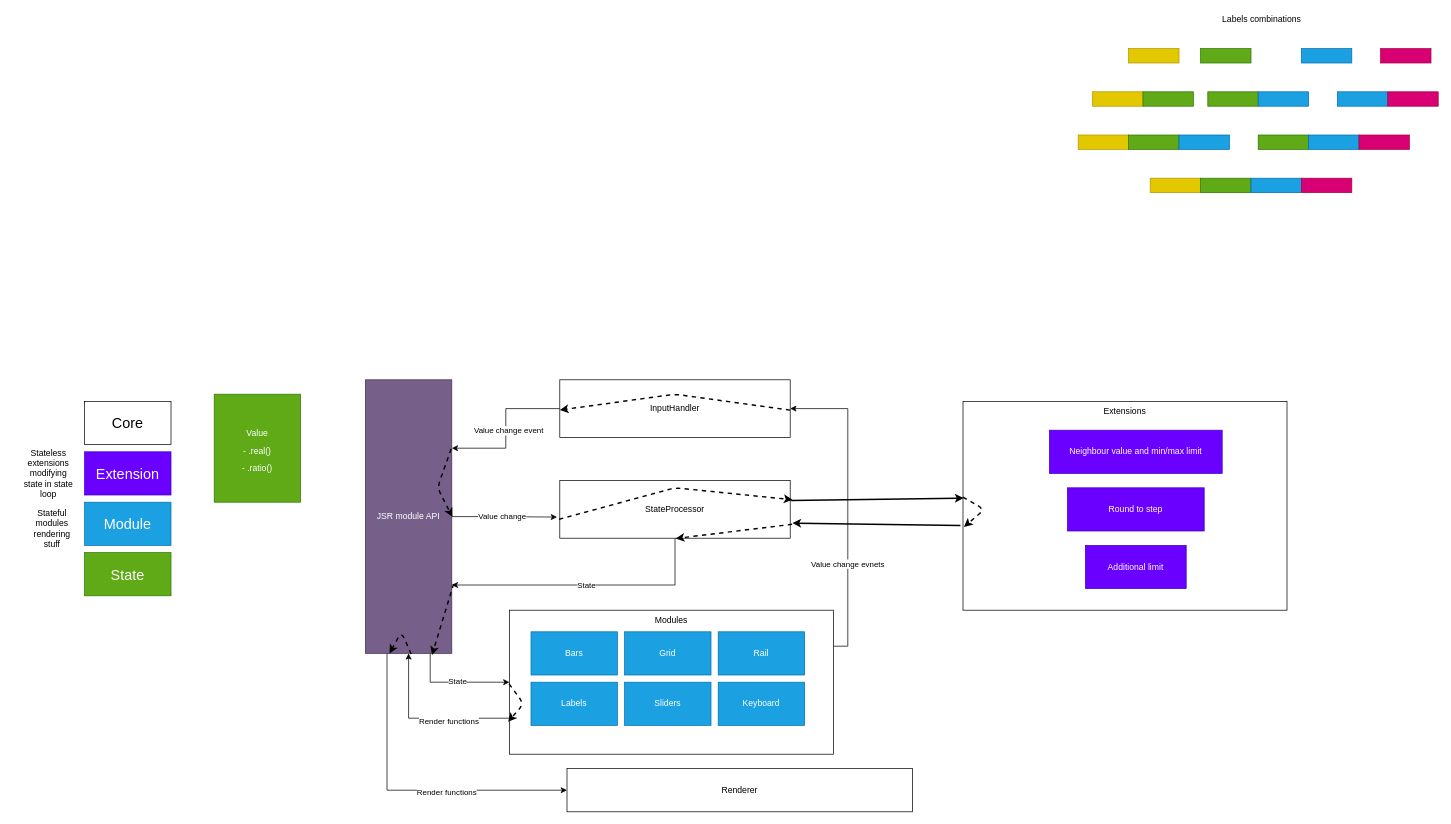
Above: architecture.drawio in soanvig/mm-jsr (draw.io), before the change. Source tidied: cells renumbered, new cells numbered last; positions are measured from the earlier drawing's top-left corner, leaving out a move shared by most shapes. Both pictures are drawn from the tidied source at 72%, with x=0, y=0 at pixel (19, 12).
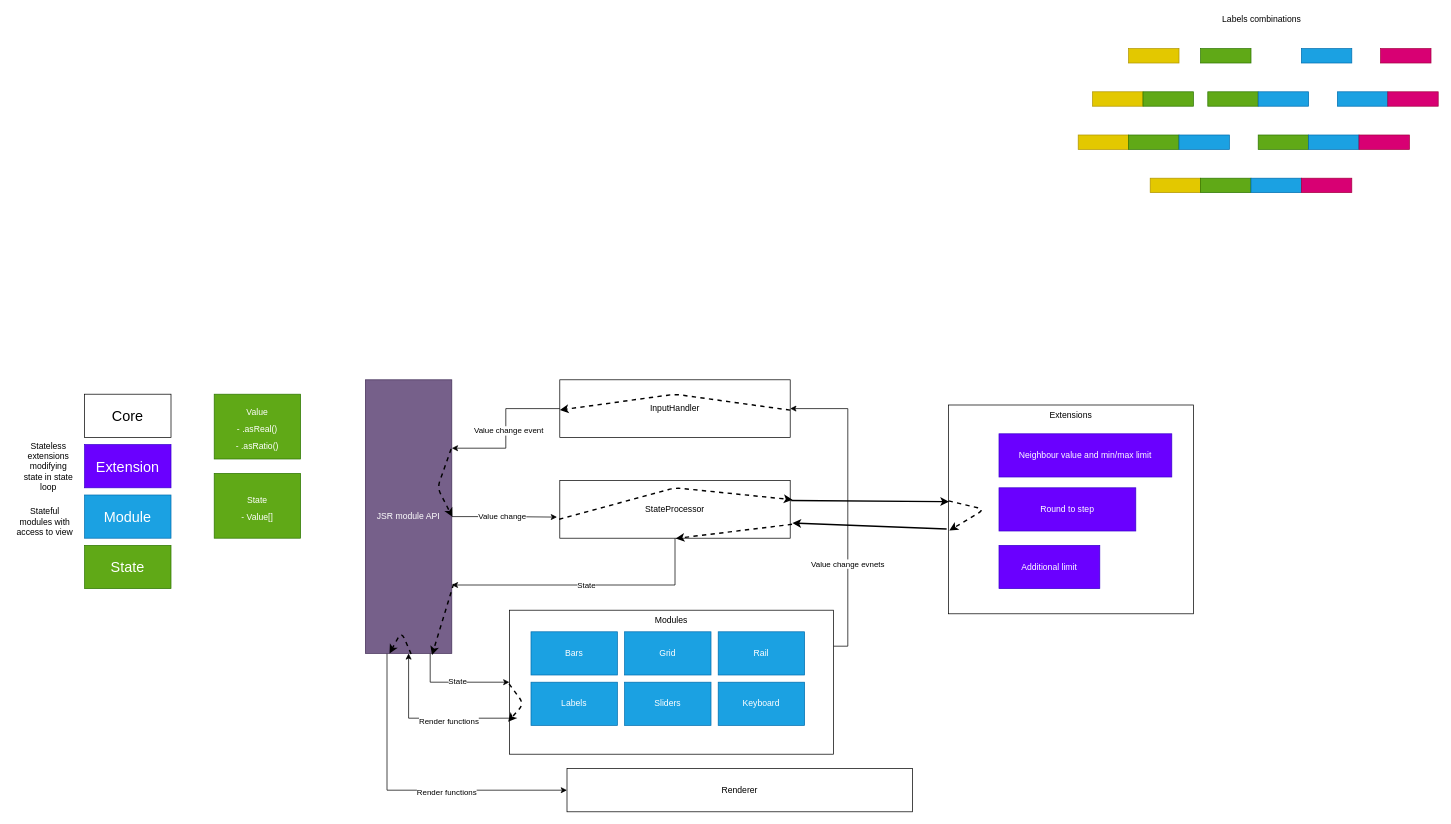
Above is the later version.

Commit message (it also covers changes not shown here):
[v2] test State.findChangedValues

Diff of the diagram source:
```diff
@@
     <mxCell id="2" value="Extensions" style="rounded=0;whiteSpace=wrap;html=1;verticalAlign=top;" parent="1" vertex="1">
-      <mxGeometry x="1310" y="540" width="450" height="290" as="geometry" />
+      <mxGeometry x="1290" y="545" width="340" height="290" as="geometry" />
     </mxCell>
@@
     <mxCell id="9" value="Neighbour value and min/max limit" style="rounded=0;whiteSpace=wrap;html=1;fillColor=#6a00ff;strokeColor=#3700CC;fontColor=#ffffff;" parent="1" vertex="1">
-      <mxGeometry x="1430" y="580" width="240" height="60" as="geometry" />
+      <mxGeometry x="1360" y="585" width="240" height="60" as="geometry" />
     </mxCell>
     <mxCell id="10" value="Round to step" style="rounded=0;whiteSpace=wrap;html=1;fillColor=#6a00ff;strokeColor=#3700CC;fontColor=#ffffff;" parent="1" vertex="1">
-      <mxGeometry x="1455" y="660" width="190" height="60" as="geometry" />
+      <mxGeometry x="1360" y="660" width="190" height="60" as="geometry" />
     </mxCell>
     <mxCell id="11" value="Additional limit" style="rounded=0;whiteSpace=wrap;html=1;fillColor=#6a00ff;strokeColor=#3700CC;fontColor=#ffffff;" parent="1" vertex="1">
-      <mxGeometry x="1480" y="740" width="140" height="60" as="geometry" />
+      <mxGeometry x="1360" y="740" width="140" height="60" as="geometry" />
     </mxCell>
     <mxCell id="12" value="State" style="rounded=0;whiteSpace=wrap;html=1;fontSize=20;fillColor=#60a917;strokeColor=#2D7600;fontColor=#ffffff;" parent="1" vertex="1">
-      <mxGeometry x="90" y="750" width="120" height="60" as="geometry" />
+      <mxGeometry x="90" y="740" width="120" height="60" as="geometry" />
     </mxCell>
     <mxCell id="13" value="Module" style="rounded=0;whiteSpace=wrap;html=1;fontSize=20;fillColor=#1ba1e2;strokeColor=#006EAF;fontColor=#ffffff;" parent="1" vertex="1">
-      <mxGeometry x="90" y="680" width="120" height="60" as="geometry" />
+      <mxGeometry x="90" y="670" width="120" height="60" as="geometry" />
     </mxCell>
     <mxCell id="14" value="Extension" style="rounded=0;whiteSpace=wrap;html=1;fontSize=20;fillColor=#6a00ff;strokeColor=#3700CC;fontColor=#ffffff;" parent="1" vertex="1">
-      <mxGeometry x="90" y="610" width="120" height="60" as="geometry" />
+      <mxGeometry x="90" y="600" width="120" height="60" as="geometry" />
     </mxCell>
     <mxCell id="15" value="Core" style="rounded=0;whiteSpace=wrap;html=1;fontSize=20;" parent="1" vertex="1">
-      <mxGeometry x="90" y="540" width="120" height="60" as="geometry" />
+      <mxGeometry x="90" y="530" width="120" height="60" as="geometry" />
     </mxCell>
@@
-    <mxCell id="37" value="&lt;font style=&quot;font-size: 12px&quot;&gt;Value&lt;br&gt;- .real()&lt;br&gt;- .ratio()&lt;br&gt;&lt;/font&gt;" style="rounded=0;whiteSpace=wrap;html=1;fontSize=20;fillColor=#60a917;strokeColor=#2D7600;fontColor=#ffffff;" parent="1" vertex="1">
-      <mxGeometry x="270" y="530" width="120" height="150" as="geometry" />
+    <mxCell id="37" value="&lt;font style=&quot;font-size: 12px&quot;&gt;Value&lt;br&gt;- .asReal()&lt;br&gt;- .asRatio()&lt;br&gt;&lt;/font&gt;" style="rounded=0;whiteSpace=wrap;html=1;fontSize=20;fillColor=#60a917;strokeColor=#2D7600;fontColor=#ffffff;" parent="1" vertex="1">
+      <mxGeometry x="270" y="530" width="120" height="90" as="geometry" />
     </mxCell>
     <mxCell id="38" value="Stateless&lt;br&gt;extensions modifying&lt;br&gt;state in state loop" style="text;html=1;strokeColor=none;fillColor=none;align=center;verticalAlign=middle;whiteSpace=wrap;rounded=0;" parent="1" vertex="1">
-      <mxGeometry y="595" width="80" height="90" as="geometry" />
+      <mxGeometry y="585" width="80" height="90" as="geometry" />
     </mxCell>
-    <mxCell id="39" value="&lt;br&gt;Stateful&lt;br&gt;modules rendering&lt;br&gt;stuff" style="text;html=1;strokeColor=none;fillColor=none;align=center;verticalAlign=middle;whiteSpace=wrap;rounded=0;" parent="1" vertex="1">
-      <mxGeometry y="650" width="90" height="120" as="geometry" />
+    <mxCell id="39" value="&lt;br&gt;Stateful&lt;br&gt;modules with access to view" style="text;html=1;strokeColor=none;fillColor=none;align=center;verticalAlign=middle;whiteSpace=wrap;rounded=0;" parent="1" vertex="1">
+      <mxGeometry x="-10" y="640" width="90" height="120" as="geometry" />
     </mxCell>
@@
+    <mxCell id="68" value="&lt;font style=&quot;font-size: 12px&quot;&gt;State&lt;br&gt;- Value[]&lt;br&gt;&lt;/font&gt;" style="rounded=0;whiteSpace=wrap;html=1;fontSize=20;fillColor=#60a917;strokeColor=#2D7600;fontColor=#ffffff;" parent="1" vertex="1">
+      <mxGeometry x="270" y="640" width="120" height="90" as="geometry" />
+    </mxCell>
```
